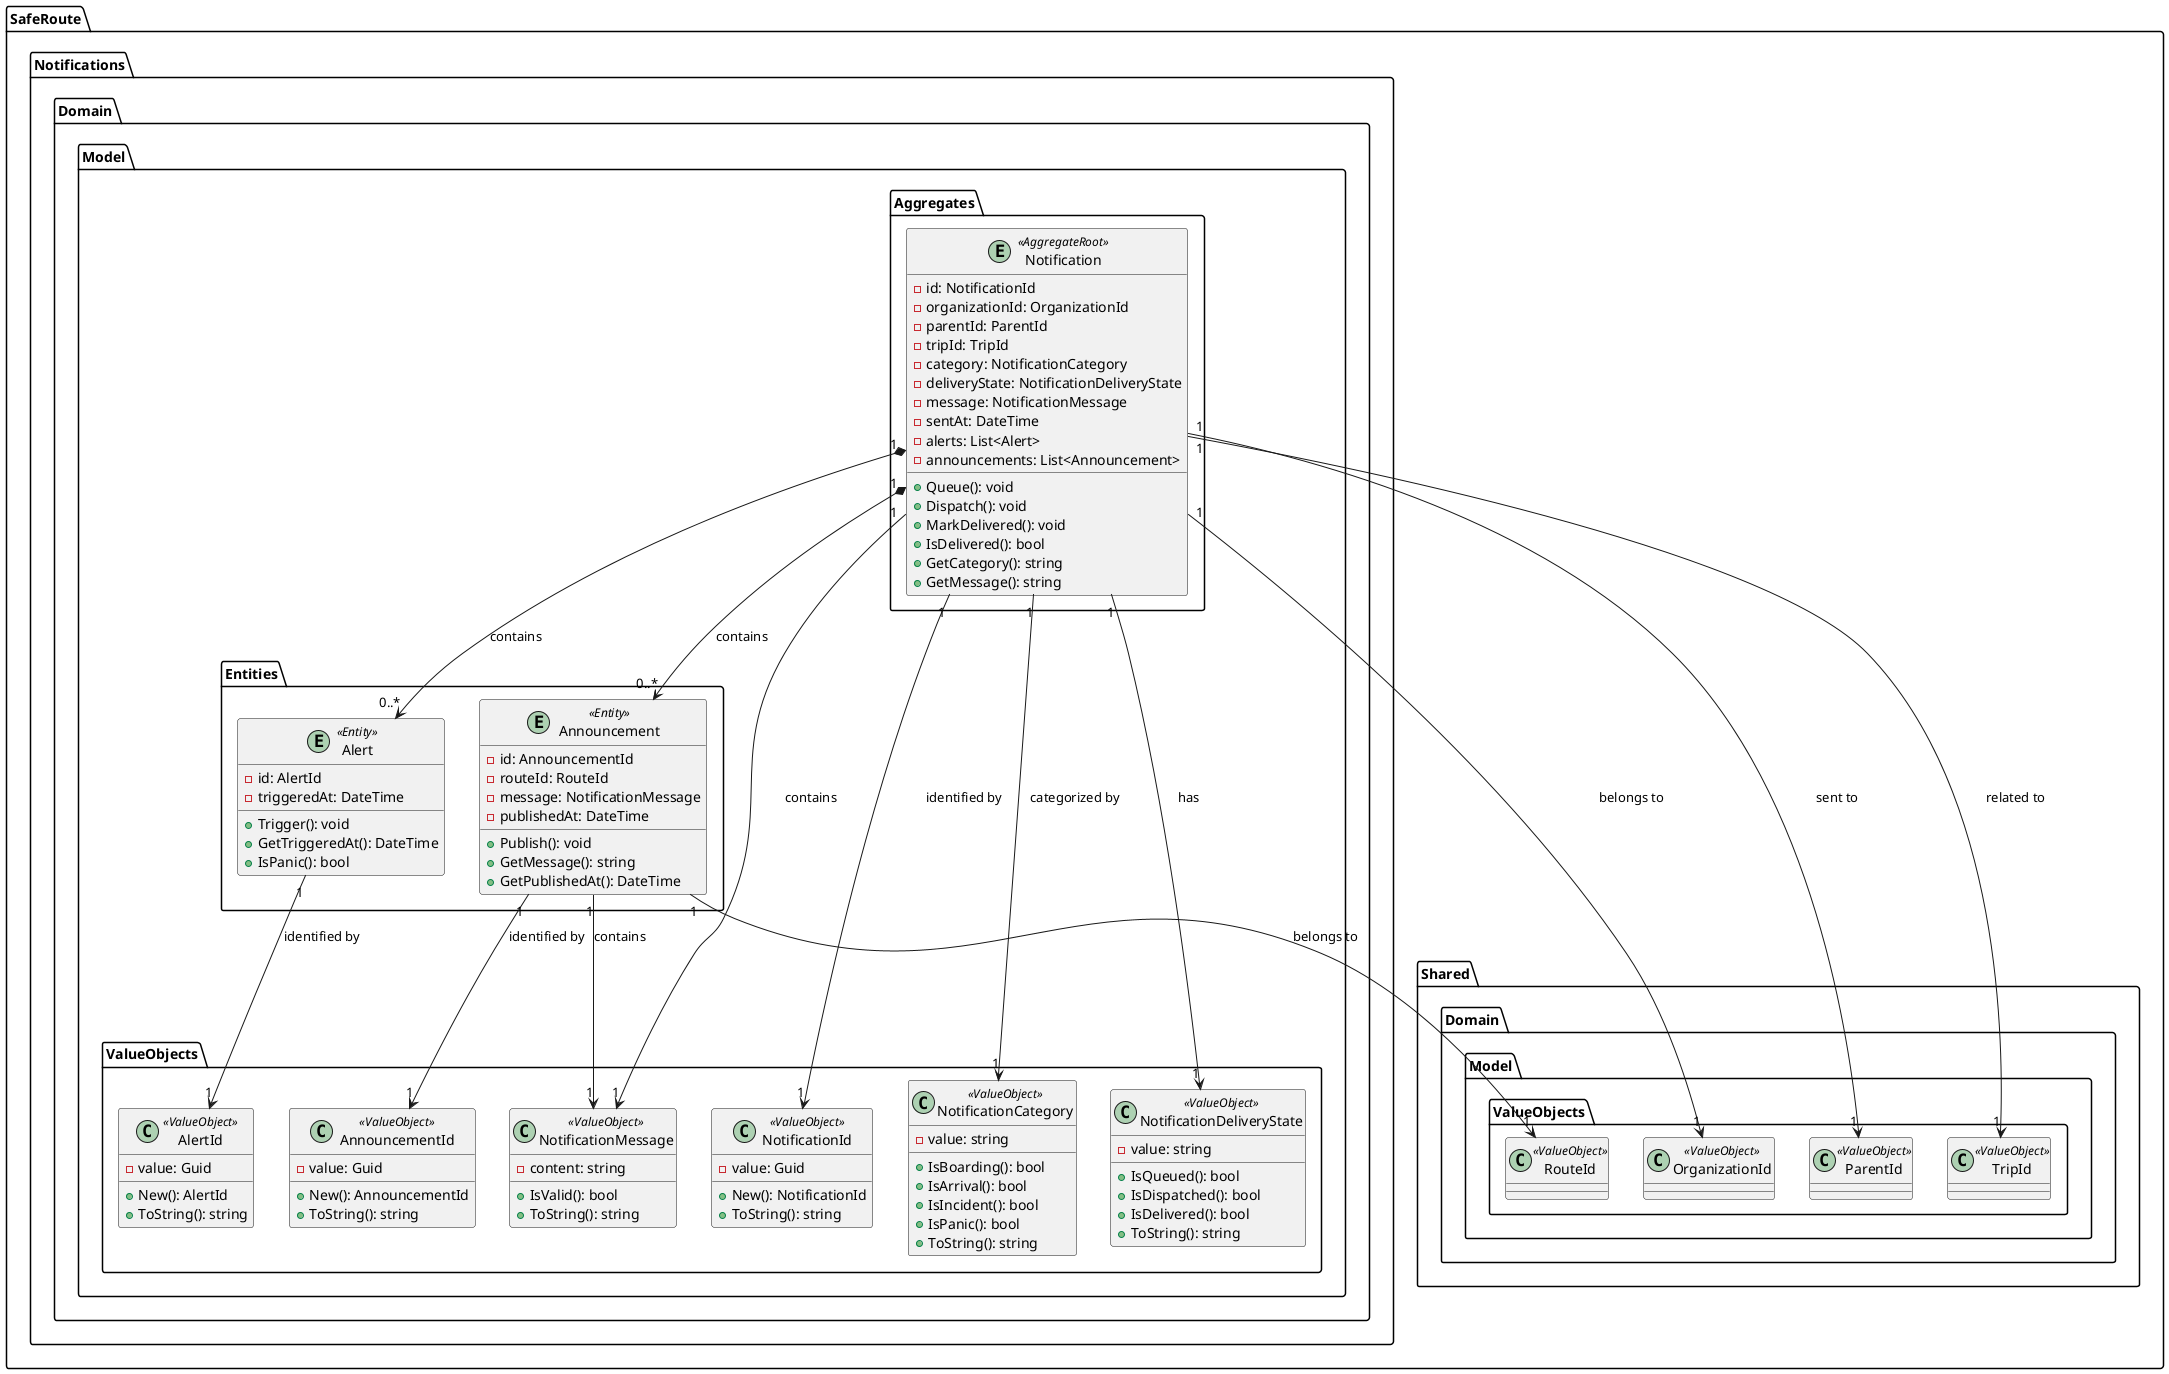
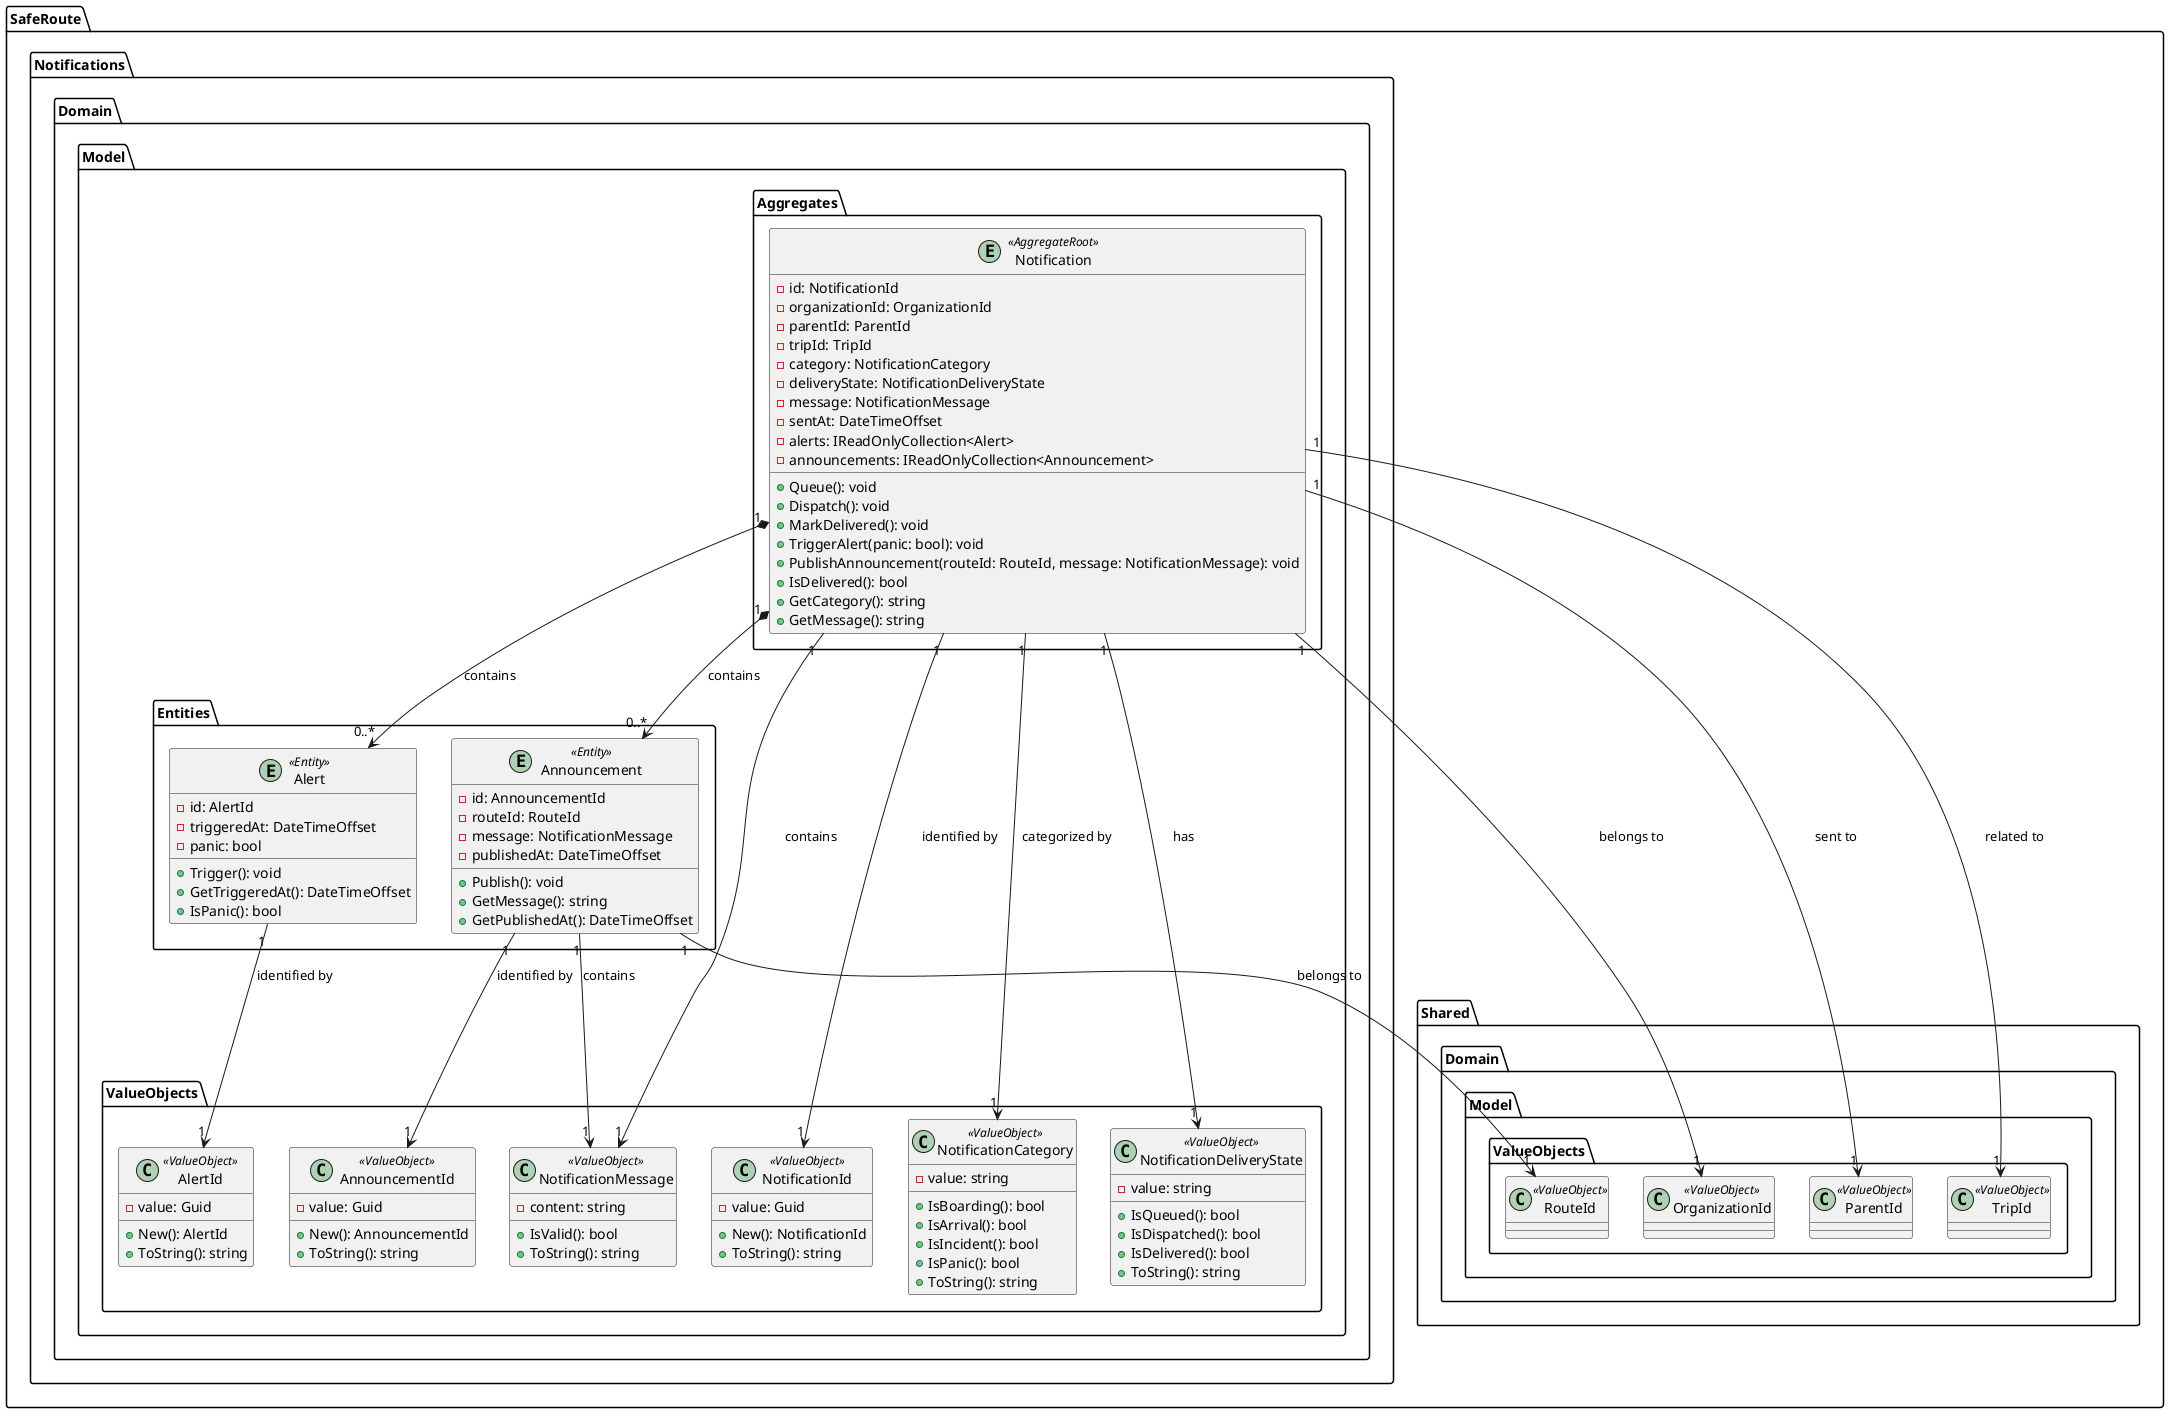
@startuml
skinparam monochrome false

package "SafeRoute.Notifications.Domain.Model.Aggregates" {
  entity "Notification" as Notification <<AggregateRoot>> {
    -id: NotificationId
    -organizationId: OrganizationId
    -parentId: ParentId
    -tripId: TripId
    -category: NotificationCategory
    -deliveryState: NotificationDeliveryState
    -message: NotificationMessage
-     -sentAt: DateTime
-     -alerts: List<Alert>
-     -announcements: List<Announcement>
+     -sentAt: DateTimeOffset
+     -alerts: IReadOnlyCollection<Alert>
+     -announcements: IReadOnlyCollection<Announcement>
    +Queue(): void
    +Dispatch(): void
    +MarkDelivered(): void
+     +TriggerAlert(panic: bool): void
+     +PublishAnnouncement(routeId: RouteId, message: NotificationMessage): void
    +IsDelivered(): bool
    +GetCategory(): string
    +GetMessage(): string
  }
}

package "SafeRoute.Notifications.Domain.Model.Entities" {
  entity "Alert" as Alert <<Entity>> {
    -id: AlertId
-     -triggeredAt: DateTime
+     -triggeredAt: DateTimeOffset
+     -panic: bool
    +Trigger(): void
-     +GetTriggeredAt(): DateTime
+     +GetTriggeredAt(): DateTimeOffset
    +IsPanic(): bool
  }

  entity "Announcement" as Announcement <<Entity>> {
    -id: AnnouncementId
    -routeId: RouteId
    -message: NotificationMessage
-     -publishedAt: DateTime
+     -publishedAt: DateTimeOffset
    +Publish(): void
    +GetMessage(): string
-     +GetPublishedAt(): DateTime
+     +GetPublishedAt(): DateTimeOffset
  }
}

package "SafeRoute.Notifications.Domain.Model.ValueObjects" {
  class "NotificationId" as NotificationId <<ValueObject>> {
    -value: Guid
    +New(): NotificationId
    +ToString(): string
  }

  class "AlertId" as AlertId <<ValueObject>> {
    -value: Guid
    +New(): AlertId
    +ToString(): string
  }

  class "AnnouncementId" as AnnouncementId <<ValueObject>> {
    -value: Guid
    +New(): AnnouncementId
    +ToString(): string
  }

  class "NotificationCategory" as NotificationCategory <<ValueObject>> {
    -value: string
    +IsBoarding(): bool
    +IsArrival(): bool
    +IsIncident(): bool
    +IsPanic(): bool
    +ToString(): string
  }

  class "NotificationDeliveryState" as NotificationDeliveryState <<ValueObject>> {
    -value: string
    +IsQueued(): bool
    +IsDispatched(): bool
    +IsDelivered(): bool
    +ToString(): string
  }

  class "NotificationMessage" as NotificationMessage <<ValueObject>> {
    -content: string
    +IsValid(): bool
    +ToString(): string
  }
}

' ─── Shared ──────────────────────────────────────────────────────────────────
package "SafeRoute.Shared.Domain.Model.ValueObjects" {
  class "OrganizationId" as SharedOrganizationId <<ValueObject>> {
  }
  class "ParentId" as SharedParentId <<ValueObject>> {
  }
  class "TripId" as SharedTripId <<ValueObject>> {
  }
  class "RouteId" as SharedRouteId <<ValueObject>> {
  }
}

Notification "1" --> "1" NotificationId : identified by
Notification "1" --> "1" SharedOrganizationId : belongs to
Notification "1" --> "1" SharedParentId : sent to
Notification "1" --> "1" SharedTripId : related to
Notification "1" --> "1" NotificationCategory : categorized by
Notification "1" --> "1" NotificationDeliveryState : has
Notification "1" --> "1" NotificationMessage : contains
Notification "1" *--> "0..*" Alert : contains
Notification "1" *--> "0..*" Announcement : contains
Alert "1" --> "1" AlertId : identified by
Announcement "1" --> "1" AnnouncementId : identified by
Announcement "1" --> "1" SharedRouteId : belongs to
Announcement "1" --> "1" NotificationMessage : contains

@enduml
